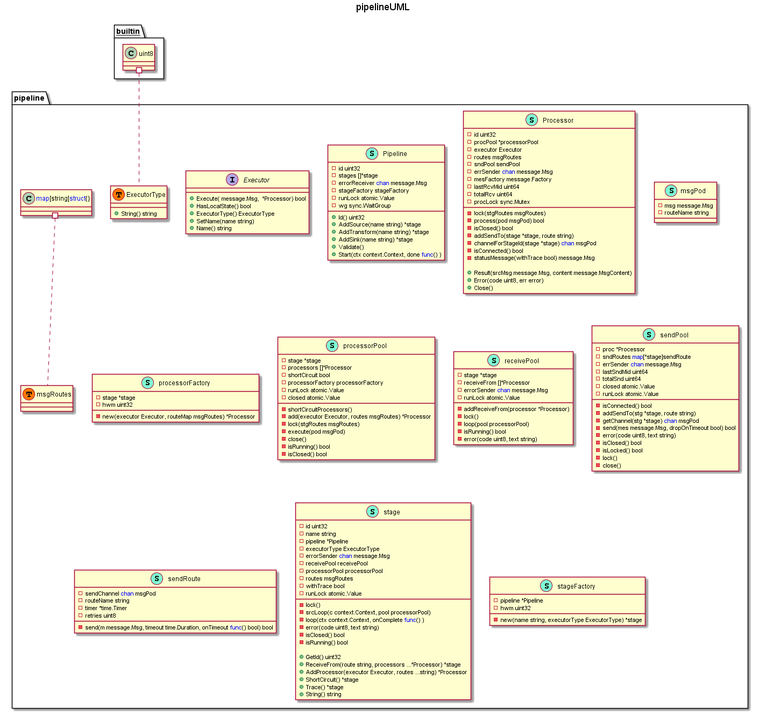
Earlier version of the PlantUML export out/core/pipeline/pipeline/pipelineUML.png (raralabs/canal).
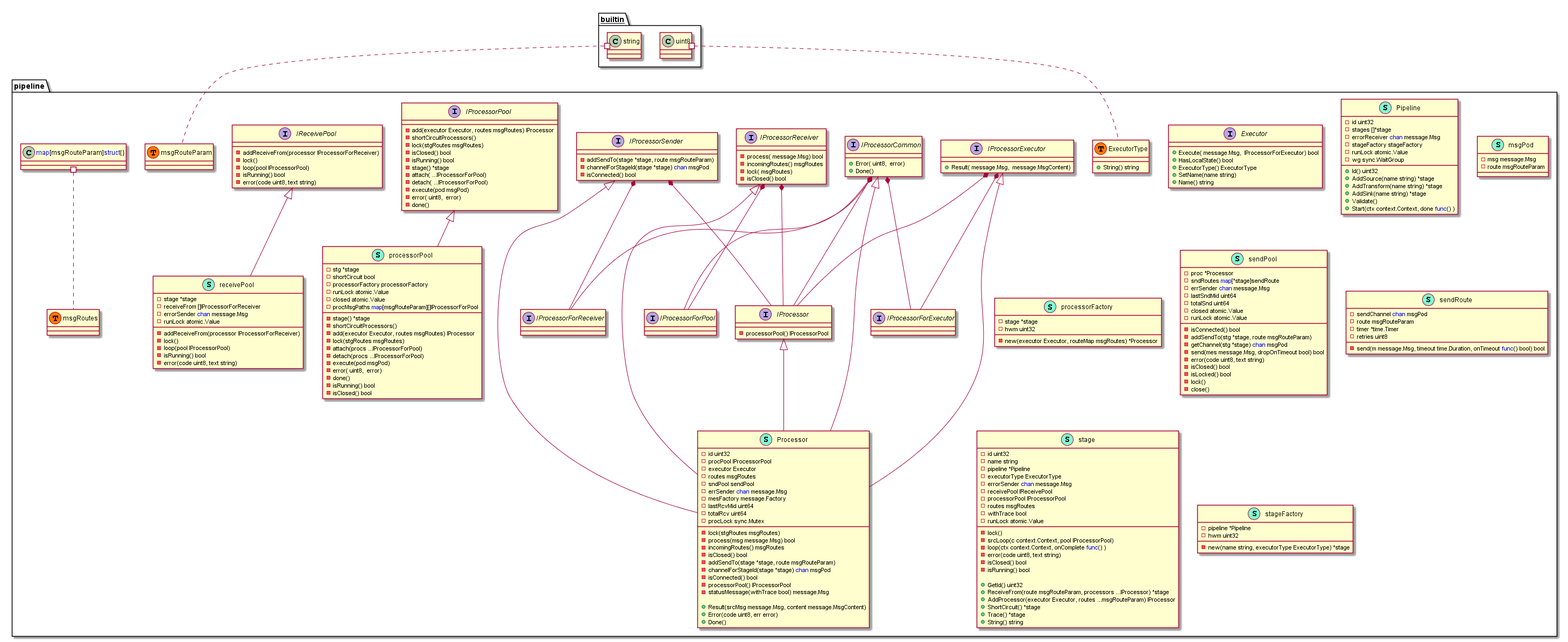
Later version of the same file.

Commit message:
Update pipeline package generated uml diagram

What changed in the source:
```diff
@@ -1,8 +1,7 @@
 @startuml
-title pipelineUML
 namespace pipeline {
     interface Executor  {
-        + Execute( message.Msg,  *Processor) bool
+        + Execute( message.Msg,  IProcessorForExecutor) bool
         + HasLocalState() bool
         + ExecutorType() ExecutorType
         + SetName(name string)
@@ -11,6 +10,60 @@
     }
     class ExecutorType << (S,Aquamarine) >> {
         + String() string
+
+    }
+    interface IProcessor  {
+        - processorPool() IProcessorPool
+
+    }
+    interface IProcessorCommon  {
+        + Error( uint8,  error)
+        + Done()
+
+    }
+    interface IProcessorExecutor  {
+        + Result( message.Msg,  message.MsgContent)
+
+    }
+    interface IProcessorForExecutor  {
+    }
+    interface IProcessorForPool  {
+    }
+    interface IProcessorForReceiver  {
+    }
+    interface IProcessorPool  {
+        - add(executor Executor, routes msgRoutes) IProcessor
+        - shortCircuitProcessors()
+        - lock(stgRoutes msgRoutes)
+        - isClosed() bool
+        - isRunning() bool
+        - stage() *stage
+        - attach( ...IProcessorForPool)
+        - detach( ...IProcessorForPool)
+        - execute(pod msgPod)
+        - error( uint8,  error)
+        - done()
+
+    }
+    interface IProcessorReceiver  {
+        - process( message.Msg) bool
+        - incomingRoutes() msgRoutes
+        - lock( msgRoutes)
+        - isClosed() bool
+
+    }
+    interface IProcessorSender  {
+        - addSendTo(stage *stage, route msgRouteParam)
+        - channelForStageId(stage *stage) <font color=blue>chan</font> msgPod
+        - isConnected() bool
+
+    }
+    interface IReceivePool  {
+        - addReceiveFrom(processor IProcessorForReceiver)
+        - lock()
+        - loop(pool IProcessorPool)
+        - isRunning() bool
+        - error(code uint8, text string)
 
     }
     class Pipeline << (S,Aquamarine) >> {
@@ -31,7 +84,7 @@
     }
     class Processor << (S,Aquamarine) >> {
         - id uint32
-        - procPool *processorPool
+        - procPool IProcessorPool
         - executor Executor
         - routes msgRoutes
         - sndPool sendPool
@@ -42,24 +95,28 @@
         - procLock sync.Mutex
 
         - lock(stgRoutes msgRoutes)
-        - process(pod msgPod) bool
+        - process(msg message.Msg) bool
+        - incomingRoutes() msgRoutes
         - isClosed() bool
-        - addSendTo(stage *stage, route string)
+        - addSendTo(stage *stage, route msgRouteParam)
         - channelForStageId(stage *stage) <font color=blue>chan</font> msgPod
         - isConnected() bool
+        - processorPool() IProcessorPool
         - statusMessage(withTrace bool) message.Msg
 
         + Result(srcMsg message.Msg, content message.MsgContent)
         + Error(code uint8, err error)
-        + Close()
+        + Done()
 
     }
     class msgPod << (S,Aquamarine) >> {
         - msg message.Msg
-        - routeName string
+        - route msgRouteParam
 
     }
     class pipeline.ExecutorType << (T, #FF7700) >>  {
+    }
+    class pipeline.msgRouteParam << (T, #FF7700) >>  {
     }
     class pipeline.msgRoutes << (T, #FF7700) >>  {
     }
@@ -71,31 +128,35 @@
 
     }
     class processorPool << (S,Aquamarine) >> {
-        - stage *stage
-        - processors []*Processor
+        - stg *stage
         - shortCircuit bool
         - processorFactory processorFactory
         - runLock atomic.Value
         - closed atomic.Value
+        - procMsgPaths <font color=blue>map</font>[msgRouteParam][]IProcessorForPool
 
+        - stage() *stage
         - shortCircuitProcessors()
-        - add(executor Executor, routes msgRoutes) *Processor
+        - add(executor Executor, routes msgRoutes) IProcessor
         - lock(stgRoutes msgRoutes)
+        - attach(procs ...IProcessorForPool)
+        - detach(procs ...IProcessorForPool)
         - execute(pod msgPod)
-        - close()
+        - error( uint8,  error)
+        - done()
         - isRunning() bool
         - isClosed() bool
 
     }
     class receivePool << (S,Aquamarine) >> {
         - stage *stage
-        - receiveFrom []*Processor
+        - receiveFrom []IProcessorForReceiver
         - errorSender <font color=blue>chan</font> message.Msg
         - runLock atomic.Value
 
-        - addReceiveFrom(processor *Processor)
+        - addReceiveFrom(processor IProcessorForReceiver)
         - lock()
-        - loop(pool processorPool)
+        - loop(pool IProcessorPool)
         - isRunning() bool
         - error(code uint8, text string)
 
@@ -110,7 +171,7 @@
         - runLock atomic.Value
 
         - isConnected() bool
-        - addSendTo(stg *stage, route string)
+        - addSendTo(stg *stage, route msgRouteParam)
         - getChannel(stg *stage) <font color=blue>chan</font> msgPod
         - send(mes message.Msg, dropOnTimeout bool) bool
         - error(code uint8, text string)
@@ -122,7 +183,7 @@
     }
     class sendRoute << (S,Aquamarine) >> {
         - sendChannel <font color=blue>chan</font> msgPod
-        - routeName string
+        - route msgRouteParam
         - timer *time.Timer
         - retries uint8
 
@@ -135,22 +196,22 @@
         - pipeline *Pipeline
         - executorType ExecutorType
         - errorSender <font color=blue>chan</font> message.Msg
-        - receivePool receivePool
-        - processorPool processorPool
+        - receivePool IReceivePool
+        - processorPool IProcessorPool
         - routes msgRoutes
         - withTrace bool
         - runLock atomic.Value
 
         - lock()
-        - srcLoop(c context.Context, pool processorPool)
+        - srcLoop(c context.Context, pool IProcessorPool)
         - loop(ctx context.Context, onComplete <font color=blue>func</font>() )
         - error(code uint8, text string)
         - isClosed() bool
         - isRunning() bool
 
         + GetId() uint32
-        + ReceiveFrom(route string, processors ...*Processor) *stage
-        + AddProcessor(executor Executor, routes ...string) *Processor
+        + ReceiveFrom(route msgRouteParam, processors ...IProcessor) *stage
+        + AddProcessor(executor Executor, routes ...msgRouteParam) IProcessor
         + ShortCircuit() *stage
         + Trace() *stage
         + String() string
@@ -164,9 +225,27 @@
 
     }
 }
+"pipeline.IProcessorCommon" *-- "pipeline.IProcessor"
+"pipeline.IProcessorExecutor" *-- "pipeline.IProcessor"
+"pipeline.IProcessorReceiver" *-- "pipeline.IProcessor"
+"pipeline.IProcessorSender" *-- "pipeline.IProcessor"
+"pipeline.IProcessorCommon" *-- "pipeline.IProcessorForExecutor"
+"pipeline.IProcessorExecutor" *-- "pipeline.IProcessorForExecutor"
+"pipeline.IProcessorCommon" *-- "pipeline.IProcessorForPool"
+"pipeline.IProcessorReceiver" *-- "pipeline.IProcessorForPool"
+"pipeline.IProcessorCommon" *-- "pipeline.IProcessorForReceiver"
+"pipeline.IProcessorSender" *-- "pipeline.IProcessorForReceiver"
+
+"pipeline.IProcessor" <|-- "pipeline.Processor"
+"pipeline.IProcessorCommon" <|-- "pipeline.Processor"
+"pipeline.IProcessorExecutor" <|-- "pipeline.Processor"
+"pipeline.IProcessorReceiver" <|-- "pipeline.Processor"
+"pipeline.IProcessorSender" <|-- "pipeline.Processor"
+"pipeline.IProcessorPool" <|-- "pipeline.processorPool"
+"pipeline.IReceivePool" <|-- "pipeline.receivePool"
 
 
-
+"__builtin__.string" #.. "pipeline.msgRouteParam"
 "__builtin__.uint8" #.. "pipeline.ExecutorType"
-"pipeline.<font color=blue>map</font>[string]<font color=blue>struct</font>{}" #.. "pipeline.msgRoutes"
+"pipeline.<font color=blue>map</font>[msgRouteParam]<font color=blue>struct</font>{}" #.. "pipeline.msgRoutes"
 @enduml
```
